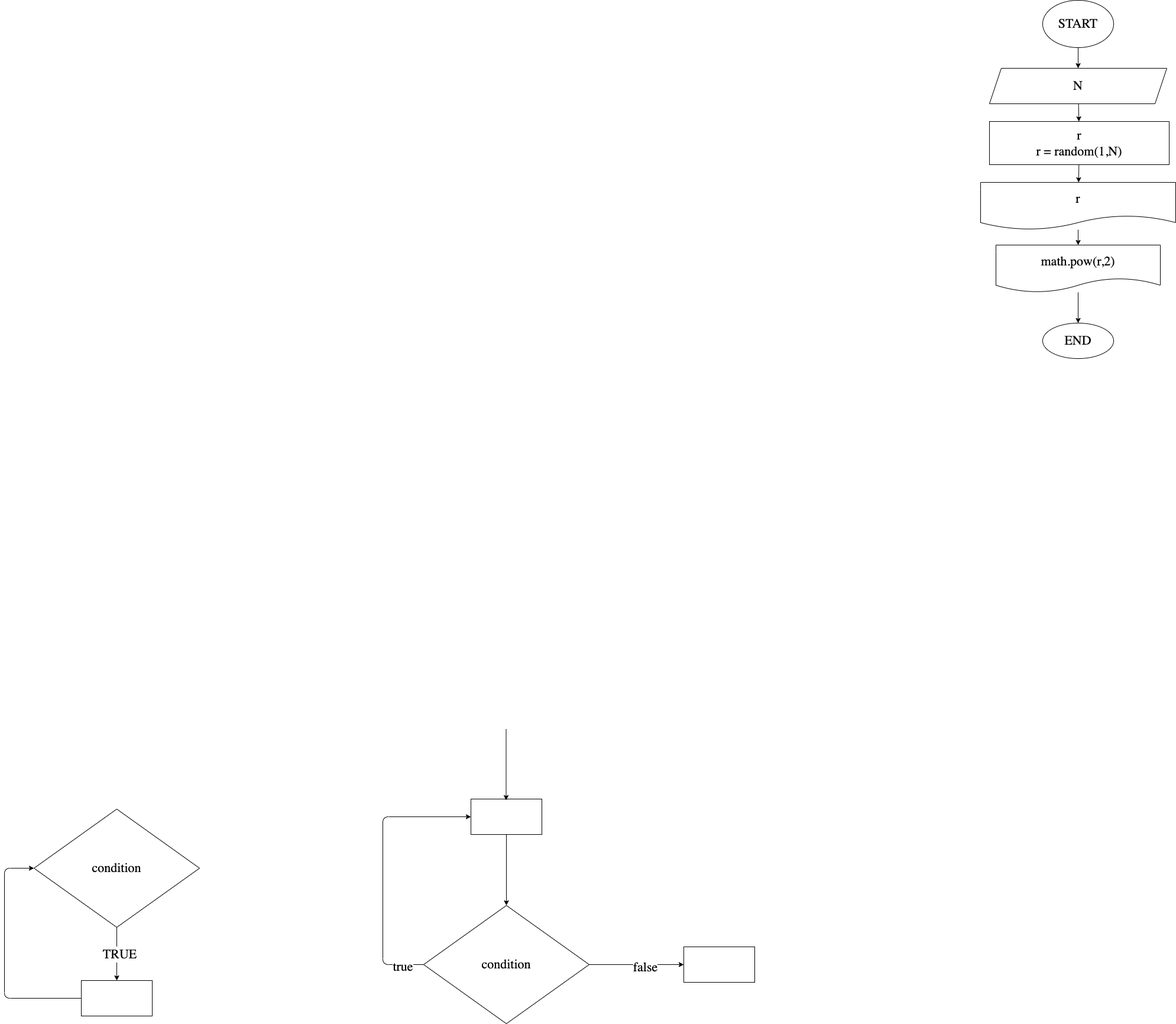
iksergey/practice_temp keeps this draw.io diagram as ex000.drawio.png. Above is the earlier version. Source tidied: cells renumbered, new cells last; positions are measured from the earlier drawing's top-left corner, leaving out a move shared by most shapes.
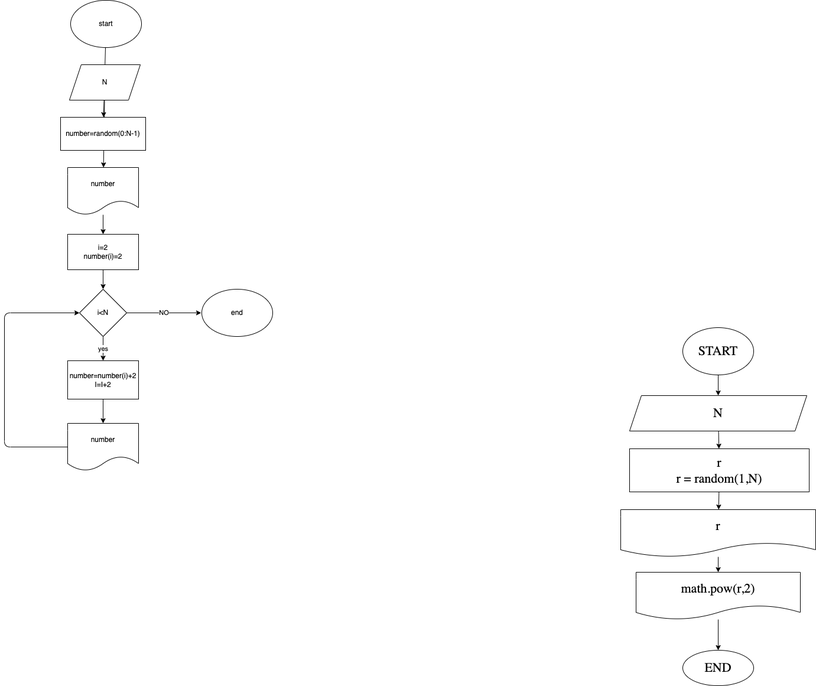
After the change.

Commit message:
Third Task

Diff of the diagram source:
```diff
@@ -2,61 +2,6 @@
   <root>
     <mxCell id="0" />
     <mxCell id="1" parent="0" />
-    <mxCell id="2" style="edgeStyle=none;html=1;fontFamily=Fira Code;fontSize=22;" parent="1" edge="1" source="4" target="6">
-      <mxGeometry relative="1" as="geometry" />
-    </mxCell>
-    <mxCell id="3" value="&amp;nbsp;TRUE&amp;nbsp;" style="edgeLabel;html=1;align=center;verticalAlign=middle;fontSize=22;fontFamily=Fira Code;" parent="2" vertex="1">
-      <mxGeometry y="4" relative="1" as="geometry" />
-    </mxCell>
-    <mxCell id="4" value="condition" style="rhombus;whiteSpace=wrap;html=1;fontSize=22;fontFamily=Fira Code;" parent="1" vertex="1">
-      <mxGeometry x="50" y="1368" width="280" height="200" as="geometry" />
-    </mxCell>
-    <mxCell id="5" style="edgeStyle=none;html=1;entryX=0;entryY=0.5;entryDx=0;entryDy=0;fontFamily=Fira Code;fontSize=22;" parent="1" edge="1" source="6" target="4">
-      <mxGeometry relative="1" as="geometry">
-        <Array as="points">
-          <mxPoint y="1688" />
-          <mxPoint y="1468" />
-        </Array>
-      </mxGeometry>
-    </mxCell>
-    <mxCell id="6" style="whiteSpace=wrap;html=1;fontSize=22;fontFamily=Fira Code;" parent="1" vertex="1">
-      <mxGeometry x="130" y="1658" width="120" height="60" as="geometry" />
-    </mxCell>
-    <mxCell id="7" style="edgeStyle=none;html=1;entryX=0;entryY=0.5;entryDx=0;entryDy=0;fontFamily=Fira Code;fontSize=22;" parent="1" edge="1" source="11" target="13">
-      <mxGeometry relative="1" as="geometry">
-        <Array as="points">
-          <mxPoint x="640" y="1631" />
-          <mxPoint x="640" y="1381" />
-        </Array>
-      </mxGeometry>
-    </mxCell>
-    <mxCell id="8" value="true" style="edgeLabel;html=1;align=center;verticalAlign=middle;fontSize=22;fontFamily=Fira Code;" parent="7" vertex="1">
-      <mxGeometry x="-0.85" y="3" relative="1" as="geometry" />
-    </mxCell>
-    <mxCell id="9" style="edgeStyle=none;html=1;fontFamily=Fira Code;fontSize=22;" parent="1" edge="1" source="11" target="15">
-      <mxGeometry relative="1" as="geometry" />
-    </mxCell>
-    <mxCell id="10" value="false" style="edgeLabel;html=1;align=center;verticalAlign=middle;fontSize=22;fontFamily=Fira Code;" parent="9" vertex="1">
-      <mxGeometry x="0.17" y="-4" relative="1" as="geometry" />
-    </mxCell>
-    <mxCell id="11" value="condition" style="rhombus;whiteSpace=wrap;html=1;fontSize=22;fontFamily=Fira Code;" parent="1" vertex="1">
-      <mxGeometry x="709" y="1531" width="280" height="200" as="geometry" />
-    </mxCell>
-    <mxCell id="12" style="edgeStyle=none;html=1;entryX=0.5;entryY=0;entryDx=0;entryDy=0;fontFamily=Fira Code;fontSize=22;" parent="1" edge="1" source="13" target="11">
-      <mxGeometry relative="1" as="geometry" />
-    </mxCell>
-    <mxCell id="13" style="whiteSpace=wrap;html=1;fontSize=22;fontFamily=Fira Code;" parent="1" vertex="1">
-      <mxGeometry x="789" y="1351" width="120" height="60" as="geometry" />
-    </mxCell>
-    <mxCell id="14" style="edgeStyle=none;html=1;entryX=0.5;entryY=0;entryDx=0;entryDy=0;fontFamily=Fira Code;fontSize=22;" parent="1" edge="1">
-      <mxGeometry relative="1" as="geometry">
-        <mxPoint x="848.5" y="1233" as="sourcePoint" />
-        <mxPoint x="848.5" y="1353" as="targetPoint" />
-      </mxGeometry>
-    </mxCell>
-    <mxCell id="15" style="whiteSpace=wrap;html=1;fontSize=22;fontFamily=Fira Code;" parent="1" vertex="1">
-      <mxGeometry x="1149" y="1601" width="120" height="60" as="geometry" />
-    </mxCell>
     <mxCell id="16" style="edgeStyle=none;html=1;fontFamily=Fira Code;fontSize=22;" parent="1" edge="1" source="17" target="19">
       <mxGeometry relative="1" as="geometry" />
     </mxCell>
@@ -90,5 +35,63 @@
     <mxCell id="26" value="END" style="ellipse;whiteSpace=wrap;html=1;fontSize=22;fontFamily=Fira Code;" parent="1" vertex="1">
       <mxGeometry x="1756" y="546" width="120" height="60" as="geometry" />
     </mxCell>
+    <mxCell id="27" style="edgeStyle=none;html=1;" parent="1" edge="1" source="28" target="31">
+      <mxGeometry relative="1" as="geometry" />
+    </mxCell>
+    <mxCell id="28" value="start" style="ellipse;whiteSpace=wrap;html=1;" parent="1" vertex="1">
+      <mxGeometry x="720" y="-554" width="120" height="80" as="geometry" />
+    </mxCell>
+    <mxCell id="29" style="edgeStyle=none;html=1;" parent="1" edge="1" source="30" target="33">
+      <mxGeometry relative="1" as="geometry" />
+    </mxCell>
+    <mxCell id="30" value="N" style="shape=parallelogram;perimeter=parallelogramPerimeter;whiteSpace=wrap;html=1;fixedSize=1;" parent="1" vertex="1">
+      <mxGeometry x="718" y="-445" width="120" height="60" as="geometry" />
+    </mxCell>
+    <mxCell id="31" value="number=random(0:N-1)" style="rounded=0;whiteSpace=wrap;html=1;" parent="1" vertex="1">
+      <mxGeometry x="703" y="-356" width="144" height="56" as="geometry" />
+    </mxCell>
+    <mxCell id="32" style="edgeStyle=none;html=1;" parent="1" edge="1" source="33" target="35">
+      <mxGeometry relative="1" as="geometry" />
+    </mxCell>
+    <mxCell id="33" value="number" style="shape=document;whiteSpace=wrap;html=1;boundedLbl=1;" parent="1" vertex="1">
+      <mxGeometry x="715" y="-271" width="120" height="80" as="geometry" />
+    </mxCell>
+    <mxCell id="34" style="edgeStyle=none;html=1;" parent="1" edge="1" source="35" target="38">
+      <mxGeometry relative="1" as="geometry" />
+    </mxCell>
+    <mxCell id="35" value="i=2&lt;br&gt;number(i)=2" style="rounded=0;whiteSpace=wrap;html=1;" parent="1" vertex="1">
+      <mxGeometry x="715" y="-158" width="120" height="60" as="geometry" />
+    </mxCell>
+    <mxCell id="36" value="yes" style="edgeStyle=none;html=1;" parent="1" edge="1" source="38" target="40">
+      <mxGeometry relative="1" as="geometry" />
+    </mxCell>
+    <mxCell id="37" value="NO" style="edgeStyle=none;html=1;" parent="1" edge="1" source="38">
+      <mxGeometry relative="1" as="geometry">
+        <mxPoint x="941" y="-25" as="targetPoint" />
+      </mxGeometry>
+    </mxCell>
+    <mxCell id="38" value="i&amp;lt;N" style="rhombus;whiteSpace=wrap;html=1;" parent="1" vertex="1">
+      <mxGeometry x="735" y="-65" width="80" height="80" as="geometry" />
+    </mxCell>
+    <mxCell id="39" style="edgeStyle=none;html=1;" parent="1" edge="1" source="40" target="42">
+      <mxGeometry relative="1" as="geometry" />
+    </mxCell>
+    <mxCell id="40" value="number=number(i)+2&lt;br&gt;I=I+2" style="rounded=0;whiteSpace=wrap;html=1;" parent="1" vertex="1">
+      <mxGeometry x="715" y="56" width="120" height="65" as="geometry" />
+    </mxCell>
+    <mxCell id="41" style="edgeStyle=none;html=1;entryX=0;entryY=0.5;entryDx=0;entryDy=0;" parent="1" edge="1" source="42" target="38">
+      <mxGeometry relative="1" as="geometry">
+        <Array as="points">
+          <mxPoint x="608" y="202" />
+          <mxPoint x="608" y="-25" />
+        </Array>
+      </mxGeometry>
+    </mxCell>
+    <mxCell id="42" value="number" style="shape=document;whiteSpace=wrap;html=1;boundedLbl=1;" parent="1" vertex="1">
+      <mxGeometry x="715" y="162" width="120" height="80" as="geometry" />
+    </mxCell>
+    <mxCell id="43" value="end" style="ellipse;whiteSpace=wrap;html=1;" parent="1" vertex="1">
+      <mxGeometry x="942" y="-65" width="120" height="80" as="geometry" />
+    </mxCell>
   </root>
 </mxGraphModel>
```
